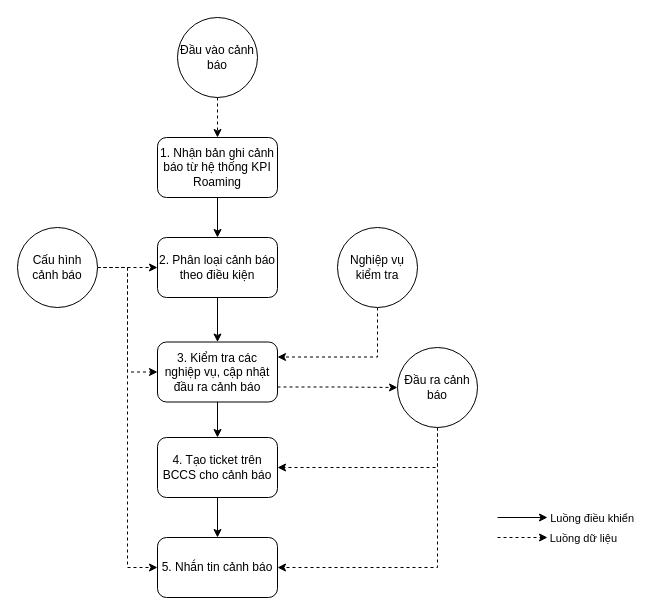
The draw.io diagram 123.drawio in Vipdt5k49/linh_tinh, before the edit. Source tidied: cells renumbered, new cells numbered last; positions are measured from the earlier drawing's top-left corner, leaving out a move shared by most shapes. Both pictures are drawn from the tidied source at 100%, with x=0, y=0 at pixel (17, 17).
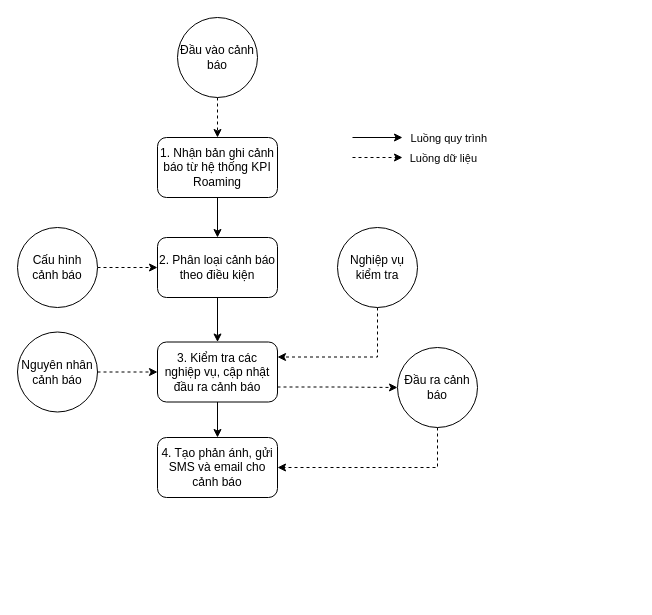
After the change.

Commit message:
Cập nhật 123.drawio

The change refers to these unchanged cells:
```xml
<mxCell id="11" value="3. Kiểm tra các nghiệp vụ, cập nhật đầu ra cảnh báo" style="whiteSpace=wrap;html=1;rounded=1;" parent="1" vertex="1">
  <mxGeometry x="140" y="324.5" width="120" height="60" as="geometry" />
</mxCell>
<mxCell id="16" value="Cấu hình cảnh báo" style="ellipse;whiteSpace=wrap;html=1;rounded=1;" parent="1" vertex="1">
  <mxGeometry y="210" width="80" height="80" as="geometry" />
</mxCell>
<mxCell id="21" value="Đầu ra cảnh báo" style="ellipse;whiteSpace=wrap;html=1;rounded=1;" parent="1" vertex="1">
  <mxGeometry x="380" y="330" width="80" height="80" as="geometry" />
</mxCell>
```

What changed in the source:
```diff
@@
-    <mxCell id="12" style="edgeStyle=orthogonalEdgeStyle;rounded=0;jettySize=auto;html=1;" parent="1" edge="1" source="13" target="18">
-      <mxGeometry relative="1" as="geometry" />
-    </mxCell>
-    <mxCell id="13" value="4. Tạo ticket trên BCCS cho cảnh báo" style="whiteSpace=wrap;html=1;rounded=1;" parent="1" vertex="1">
+    <mxCell id="13" value="4. Tạo phản ánh, gửi SMS và email cho cảnh báo" style="whiteSpace=wrap;html=1;rounded=1;" parent="1" vertex="1">
       <mxGeometry x="140" y="420" width="120" height="60" as="geometry" />
     </mxCell>
-    <mxCell id="14" style="edgeStyle=orthogonalEdgeStyle;rounded=0;jettySize=auto;html=1;exitX=1;exitY=0.5;exitDx=0;exitDy=0;entryX=0;entryY=0.5;entryDx=0;entryDy=0;dashed=1;" parent="1" edge="1" source="16" target="11">
-      <mxGeometry relative="1" as="geometry" />
-    </mxCell>
-    <mxCell id="15" style="edgeStyle=orthogonalEdgeStyle;rounded=0;jettySize=auto;html=1;entryX=0;entryY=0.5;entryDx=0;entryDy=0;dashed=1;" parent="1" edge="1" source="16" target="18">
-      <mxGeometry relative="1" as="geometry" />
-    </mxCell>
@@
-    <mxCell id="18" value="5. Nhắn tin cảnh báo" style="whiteSpace=wrap;html=1;rounded=1;" parent="1" vertex="1">
-      <mxGeometry x="140" y="520" width="120" height="60" as="geometry" />
-    </mxCell>
@@
-    <mxCell id="20" style="edgeStyle=orthogonalEdgeStyle;rounded=0;jettySize=auto;html=1;exitX=0.5;exitY=1;exitDx=0;exitDy=0;entryX=1;entryY=0.5;entryDx=0;entryDy=0;dashed=1;" parent="1" edge="1" source="21" target="18">
-      <mxGeometry relative="1" as="geometry" />
-    </mxCell>
@@
     <mxCell id="23" style="endArrow=classic;html=1;rounded=0;verticalAlign=middle;align=left;labelPosition=right;verticalLabelPosition=middle;textDirection=ltr;" parent="1" edge="1">
       <mxGeometry relative="1" as="geometry">
-        <mxPoint x="480" y="500" as="sourcePoint" />
-        <mxPoint x="530" y="500" as="targetPoint" />
+        <mxPoint x="335" y="120" as="sourcePoint" />
+        <mxPoint x="385" y="120" as="targetPoint" />
       </mxGeometry>
     </mxCell>
-    <mxCell id="24" value="Luồng điều khiển" style="edgeLabel;html=1;align=right;verticalAlign=middle;" parent="23" vertex="1">
+    <mxCell id="24" value="Luồng quy trình" style="edgeLabel;html=1;align=right;verticalAlign=middle;" parent="23" vertex="1">
       <mxGeometry x="-0.16" y="-2" relative="1" as="geometry">
-        <mxPoint x="116" y="-2" as="offset" />
+        <mxPoint x="114" y="-2" as="offset" />
       </mxGeometry>
     </mxCell>
     <mxCell id="25" style="endArrow=classic;html=1;rounded=0;verticalAlign=middle;align=left;labelPosition=right;verticalLabelPosition=middle;textDirection=ltr;dashed=1;" parent="1" edge="1">
       <mxGeometry relative="1" as="geometry">
-        <mxPoint x="480" y="520" as="sourcePoint" />
-        <mxPoint x="530" y="520" as="targetPoint" />
+        <mxPoint x="335" y="140" as="sourcePoint" />
+        <mxPoint x="385" y="140" as="targetPoint" />
       </mxGeometry>
     </mxCell>
     <mxCell id="26" value="Luồng dữ liệu" style="edgeLabel;html=1;align=right;verticalAlign=middle;labelPosition=left;verticalLabelPosition=middle;" parent="25" vertex="1">
       <mxGeometry x="-0.16" y="-2" relative="1" as="geometry">
-        <mxPoint x="99" y="-2" as="offset" />
+        <mxPoint x="104" y="-2" as="offset" />
       </mxGeometry>
     </mxCell>
+    <mxCell id="27" style="edgeStyle=orthogonalEdgeStyle;rounded=0;jettySize=auto;html=1;dashed=1;" parent="1" edge="1" source="28" target="11">
+      <mxGeometry relative="1" as="geometry" />
+    </mxCell>
+    <mxCell id="28" value="Nguyên nhân cảnh báo" style="ellipse;whiteSpace=wrap;html=1;rounded=1;" parent="1" vertex="1">
+      <mxGeometry y="314.5" width="80" height="80" as="geometry" />
+    </mxCell>
```
